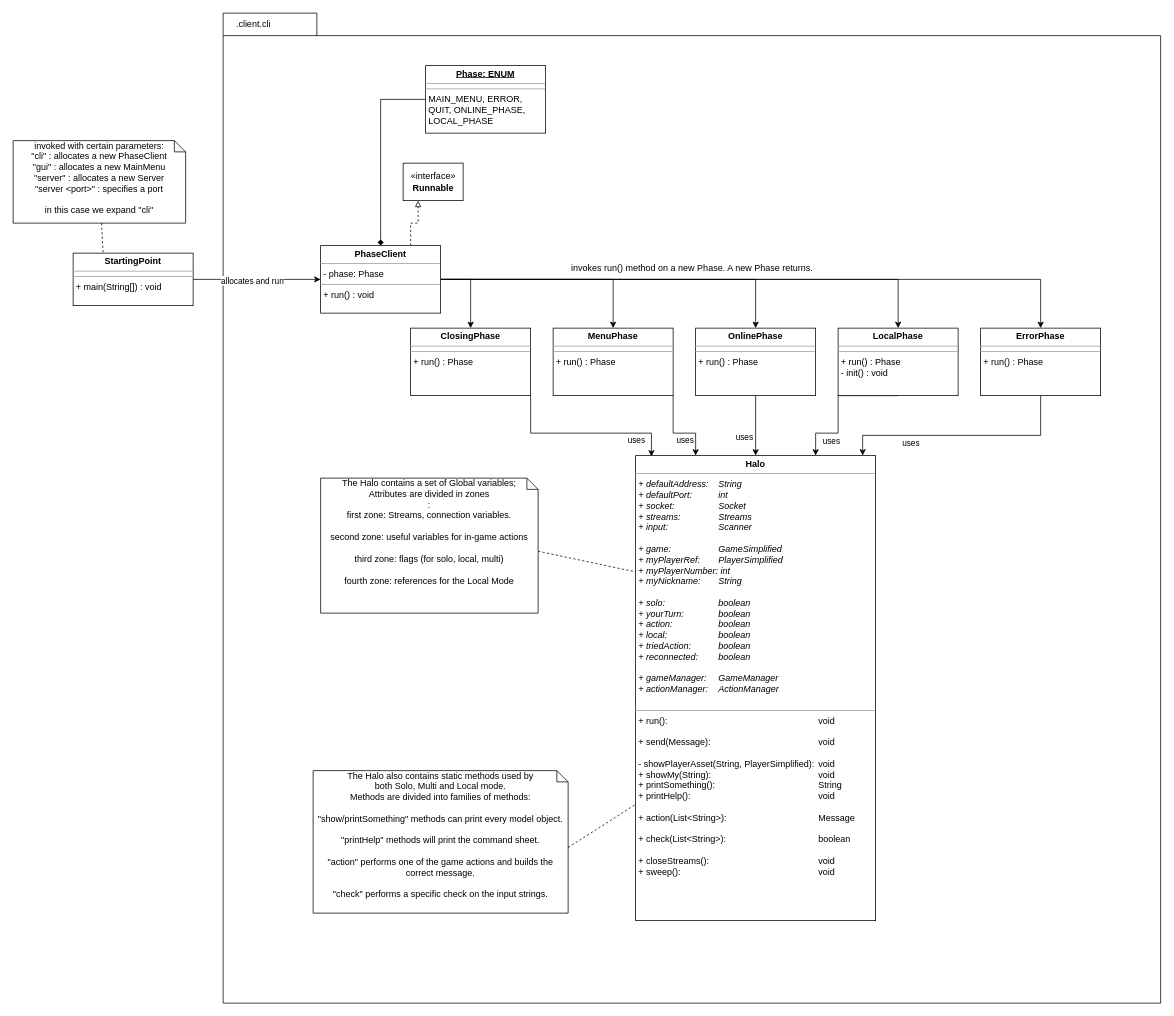
The draw.io diagram documentation/Client.drawio in StefanoPelletti/ing-sw-2021-padovano-palu-pelletti, before the edit. Source tidied: cells renumbered, new cells numbered last; positions are measured from the earlier drawing's top-left corner, leaving out a move shared by most shapes. Both pictures are drawn from the tidied source at 75%, with x=0, y=0 at pixel (13, 13).
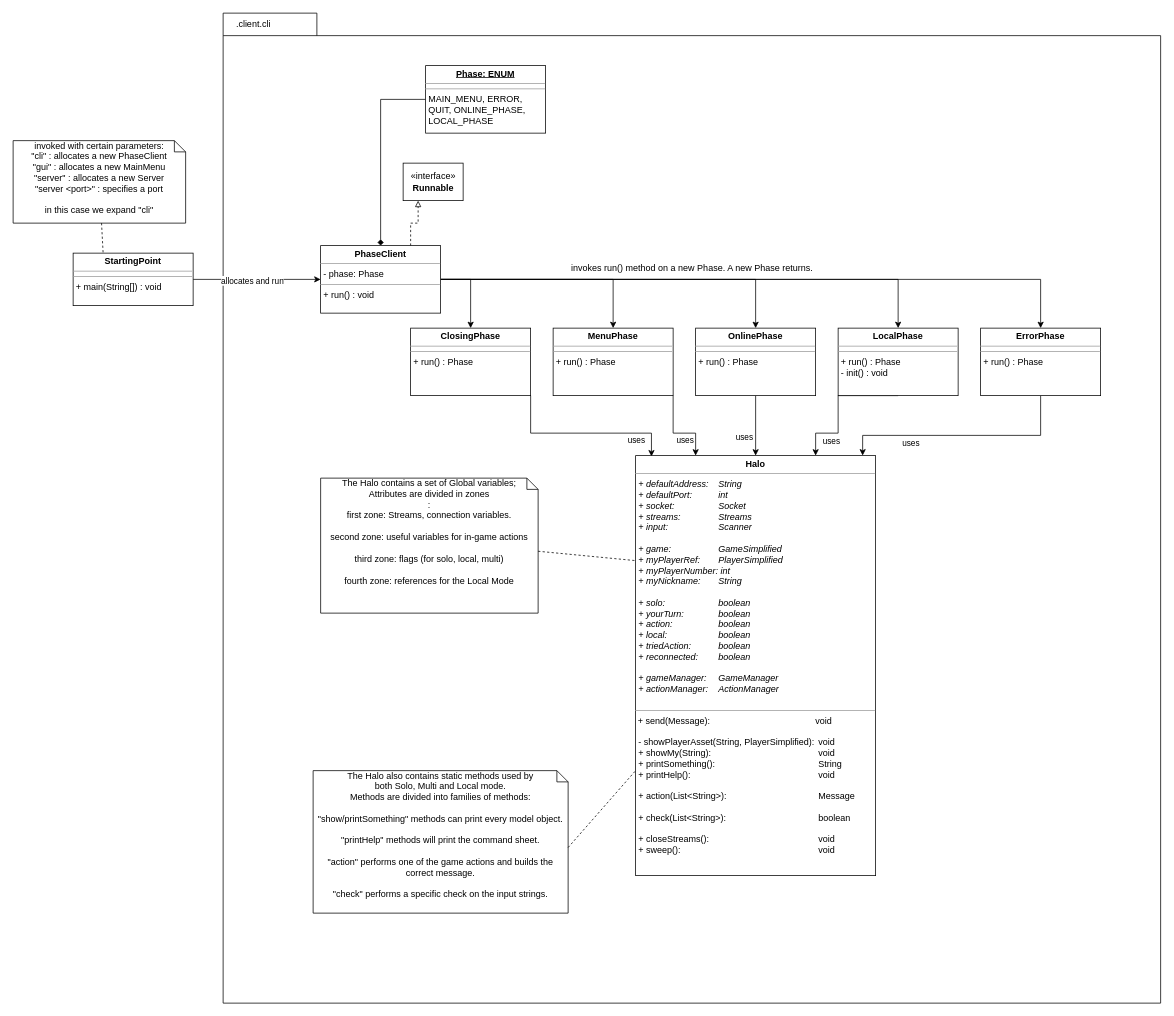
After the change.

The edit, as a diff of the source:
```diff
@@
-    <mxCell id="32" value="&lt;p style=&quot;margin: 0px ; margin-top: 4px ; text-align: center&quot;&gt;&lt;b&gt;Halo&lt;/b&gt;&lt;/p&gt;&lt;hr size=&quot;1&quot;&gt;&lt;p style=&quot;margin: 0px ; margin-left: 4px&quot;&gt;&lt;i&gt;+ defaultAddress: &lt;span style=&quot;white-space: pre&quot;&gt;&#9;&lt;/span&gt;String&lt;/i&gt;&lt;/p&gt;&lt;p style=&quot;margin: 0px ; margin-left: 4px&quot;&gt;&lt;i&gt;+ defaultPort: &lt;span style=&quot;white-space: pre&quot;&gt;&#9;&lt;/span&gt;&lt;span style=&quot;white-space: pre&quot;&gt;&#9;&lt;/span&gt;int&lt;/i&gt;&lt;/p&gt;&lt;p style=&quot;margin: 0px ; margin-left: 4px&quot;&gt;&lt;i&gt;+ socket: &lt;span style=&quot;white-space: pre&quot;&gt;&#9;&lt;/span&gt;&lt;span style=&quot;white-space: pre&quot;&gt;&#9;&lt;/span&gt;Socket&lt;/i&gt;&lt;/p&gt;&lt;p style=&quot;margin: 0px ; margin-left: 4px&quot;&gt;&lt;i&gt;+ streams: &lt;span style=&quot;white-space: pre&quot;&gt;&#9;&lt;/span&gt;&lt;span style=&quot;white-space: pre&quot;&gt;&#9;&lt;/span&gt;Streams&lt;/i&gt;&lt;/p&gt;&lt;p style=&quot;margin: 0px ; margin-left: 4px&quot;&gt;&lt;i&gt;+ input: &lt;span style=&quot;white-space: pre&quot;&gt;&#9;&lt;/span&gt;&lt;span style=&quot;white-space: pre&quot;&gt;&#9;&lt;/span&gt;&lt;span style=&quot;white-space: pre&quot;&gt;&#9;&lt;/span&gt;Scanner&lt;/i&gt;&lt;/p&gt;&lt;p style=&quot;margin: 0px ; margin-left: 4px&quot;&gt;&lt;br&gt;&lt;/p&gt;&lt;p style=&quot;margin: 0px ; margin-left: 4px&quot;&gt;&lt;i&gt;+ game: &lt;span style=&quot;white-space: pre&quot;&gt;&#9;&lt;/span&gt;&lt;span style=&quot;white-space: pre&quot;&gt;&#9;&lt;/span&gt;&lt;span style=&quot;white-space: pre&quot;&gt;&#9;&lt;/span&gt;GameSimplified &lt;br&gt;&lt;/i&gt;&lt;/p&gt;&lt;p style=&quot;margin: 0px ; margin-left: 4px&quot;&gt;&lt;i&gt;+ myPlayerRef: &lt;span style=&quot;white-space: pre&quot;&gt;&lt;span style=&quot;white-space: pre&quot;&gt;&#9;&lt;/span&gt;&lt;/span&gt;&lt;span style=&quot;white-space: pre&quot;&gt;&lt;/span&gt;PlayerSimplified&lt;/i&gt;&lt;/p&gt;&lt;p style=&quot;margin: 0px ; margin-left: 4px&quot;&gt;&lt;i&gt;+ myPlayerNumber: int&lt;/i&gt;&lt;/p&gt;&lt;p style=&quot;margin: 0px ; margin-left: 4px&quot;&gt;&lt;i&gt;+ myNickname: &lt;span style=&quot;white-space: pre&quot;&gt;&#9;&lt;/span&gt;String&lt;/i&gt;&lt;/p&gt;&lt;p style=&quot;margin: 0px ; margin-left: 4px&quot;&gt;&lt;i&gt;&lt;br&gt;&lt;/i&gt;&lt;/p&gt;&lt;p style=&quot;margin: 0px ; margin-left: 4px&quot;&gt;&lt;i&gt;+ solo: &lt;span style=&quot;white-space: pre&quot;&gt;&#9;&lt;/span&gt;&lt;span style=&quot;white-space: pre&quot;&gt;&#9;&lt;/span&gt;&lt;span style=&quot;white-space: pre&quot;&gt;&#9;&lt;/span&gt;boolean&amp;nbsp; &lt;br&gt;&lt;/i&gt;&lt;/p&gt;&lt;p style=&quot;margin: 0px ; margin-left: 4px&quot;&gt;&lt;i&gt;+ yourTurn: &lt;span style=&quot;white-space: pre&quot;&gt;&#9;&lt;/span&gt;&lt;span style=&quot;white-space: pre&quot;&gt;&#9;&lt;/span&gt;boolean&lt;/i&gt;&lt;/p&gt;&lt;p style=&quot;margin: 0px ; margin-left: 4px&quot;&gt;&lt;i&gt;+ action: &lt;span style=&quot;white-space: pre&quot;&gt;&#9;&lt;/span&gt;&lt;span style=&quot;white-space: pre&quot;&gt;&#9;&lt;/span&gt;&lt;span style=&quot;white-space: pre&quot;&gt;&#9;&lt;/span&gt;boolean&lt;/i&gt;&lt;/p&gt;&lt;p style=&quot;margin: 0px ; margin-left: 4px&quot;&gt;&lt;i&gt;+ local: &lt;span style=&quot;white-space: pre&quot;&gt;&#9;&lt;/span&gt;&lt;span style=&quot;white-space: pre&quot;&gt;&#9;&lt;/span&gt;&lt;span style=&quot;white-space: pre&quot;&gt;&#9;&lt;/span&gt;boolean&lt;/i&gt;&lt;/p&gt;&lt;p style=&quot;margin: 0px ; margin-left: 4px&quot;&gt;&lt;i&gt;+ triedAction: &lt;span style=&quot;white-space: pre&quot;&gt;&#9;&lt;/span&gt;&lt;span style=&quot;white-space: pre&quot;&gt;&#9;&lt;/span&gt;boolean&lt;/i&gt;&lt;/p&gt;&lt;p style=&quot;margin: 0px ; margin-left: 4px&quot;&gt;&lt;i&gt;+ reconnected: &lt;span style=&quot;white-space: pre&quot;&gt;&#9;&lt;/span&gt;boolean&lt;br&gt;&lt;/i&gt;&lt;/p&gt;&lt;p style=&quot;margin: 0px ; margin-left: 4px&quot;&gt;&lt;i&gt;&lt;br&gt;&lt;/i&gt;&lt;/p&gt;&lt;p style=&quot;margin: 0px ; margin-left: 4px&quot;&gt;&lt;i&gt;+ gameManager: &lt;span style=&quot;white-space: pre&quot;&gt;&#9;&lt;/span&gt;GameManager&lt;br&gt;&lt;/i&gt;&lt;/p&gt;&lt;p style=&quot;margin: 0px ; margin-left: 4px&quot;&gt;&lt;i&gt;+ actionManager: &lt;span style=&quot;white-space: pre&quot;&gt;&#9;&lt;/span&gt;ActionManager&lt;/i&gt;&lt;br&gt;&lt;i&gt;&lt;/i&gt;&lt;/p&gt;&lt;p style=&quot;margin: 0px ; margin-left: 4px&quot;&gt;&lt;br&gt;&lt;/p&gt;&lt;hr size=&quot;1&quot;&gt;&lt;p style=&quot;margin: 0px ; margin-left: 4px&quot;&gt;+ run(): &lt;span style=&quot;white-space: pre&quot;&gt;&#9;&lt;/span&gt;&lt;span style=&quot;white-space: pre&quot;&gt;&#9;&lt;/span&gt;&lt;span style=&quot;white-space: pre&quot;&gt;&#9;&lt;/span&gt;&lt;span style=&quot;white-space: pre&quot;&gt;&#9;&lt;/span&gt;&lt;span style=&quot;white-space: pre&quot;&gt;&#9;&lt;/span&gt;&lt;span style=&quot;white-space: pre&quot;&gt;&#9;&lt;/span&gt;&lt;span style=&quot;white-space: pre&quot;&gt;&#9;&lt;/span&gt;&lt;span style=&quot;white-space: pre&quot;&gt;&#9;&lt;/span&gt;void&lt;/p&gt;&lt;p style=&quot;margin: 0px ; margin-left: 4px&quot;&gt;&lt;br&gt;&lt;/p&gt;&lt;p style=&quot;margin: 0px ; margin-left: 4px&quot;&gt;+ send(Message): &lt;span style=&quot;white-space: pre&quot;&gt;&#9;&lt;/span&gt;&lt;span style=&quot;white-space: pre&quot;&gt;&#9;&lt;/span&gt;&lt;span style=&quot;white-space: pre&quot;&gt;&#9;&lt;/span&gt;&lt;span style=&quot;white-space: pre&quot;&gt;&#9;&lt;/span&gt;&lt;span style=&quot;white-space: pre&quot;&gt;&#9;&lt;/span&gt;&lt;span style=&quot;white-space: pre&quot;&gt;&#9;&lt;/span&gt;void&lt;/p&gt;&lt;p style=&quot;margin: 0px ; margin-left: 4px&quot;&gt;&lt;br&gt;&lt;/p&gt;&lt;p style=&quot;margin: 0px ; margin-left: 4px&quot;&gt;- showPlayerAsset(String, PlayerSimplified):&lt;span style=&quot;white-space: pre&quot;&gt;&#9;&lt;/span&gt;&lt;span style=&quot;white-space: pre&quot;&gt;&lt;/span&gt;void&lt;/p&gt;&lt;p style=&quot;margin: 0px ; margin-left: 4px&quot;&gt;+ showMy(String): &lt;span style=&quot;white-space: pre&quot;&gt;&#9;&lt;/span&gt;&lt;span style=&quot;white-space: pre&quot;&gt;&#9;&lt;/span&gt;&lt;span style=&quot;white-space: pre&quot;&gt;&#9;&lt;/span&gt;&lt;span style=&quot;white-space: pre&quot;&gt;&#9;&lt;/span&gt;&lt;span style=&quot;white-space: pre&quot;&gt;&#9;&lt;/span&gt;&lt;span style=&quot;white-space: pre&quot;&gt;&#9;&lt;/span&gt;void&lt;/p&gt;&lt;p style=&quot;margin: 0px ; margin-left: 4px&quot;&gt;+ printSomething(): &lt;span style=&quot;white-space: pre&quot;&gt;&#9;&lt;/span&gt;&lt;span style=&quot;white-space: pre&quot;&gt;&#9;&lt;/span&gt;&lt;span style=&quot;white-space: pre&quot;&gt;&#9;&lt;/span&gt;&lt;span style=&quot;white-space: pre&quot;&gt;&#9;&lt;/span&gt;&lt;span style=&quot;white-space: pre&quot;&gt;&#9;&lt;/span&gt;String&lt;/p&gt;&lt;p style=&quot;margin: 0px ; margin-left: 4px&quot;&gt;+ printHelp(): &lt;span style=&quot;white-space: pre&quot;&gt;&#9;&lt;/span&gt;&lt;span style=&quot;white-space: pre&quot;&gt;&#9;&lt;/span&gt;&lt;span style=&quot;white-space: pre&quot;&gt;&#9;&lt;/span&gt;&lt;span style=&quot;white-space: pre&quot;&gt;&#9;&lt;/span&gt;&lt;span style=&quot;white-space: pre&quot;&gt;&#9;&lt;/span&gt;&lt;span style=&quot;white-space: pre&quot;&gt;&#9;&lt;/span&gt;&lt;span style=&quot;white-space: pre&quot;&gt;&#9;&lt;/span&gt;void&lt;br&gt;&lt;/p&gt;&lt;p style=&quot;margin: 0px ; margin-left: 4px&quot;&gt;&lt;br&gt;&lt;/p&gt;&lt;p style=&quot;margin: 0px ; margin-left: 4px&quot;&gt;+ action(List&amp;lt;String&amp;gt;): &lt;span style=&quot;white-space: pre&quot;&gt;&#9;&lt;/span&gt;&lt;span style=&quot;white-space: pre&quot;&gt;&#9;&lt;/span&gt;&lt;span style=&quot;white-space: pre&quot;&gt;&#9;&lt;/span&gt;&lt;span style=&quot;white-space: pre&quot;&gt;&#9;&lt;/span&gt;&lt;span style=&quot;white-space: pre&quot;&gt;&#9;&lt;/span&gt;Message&lt;/p&gt;&lt;p style=&quot;margin: 0px ; margin-left: 4px&quot;&gt;&lt;br&gt;&lt;/p&gt;&lt;p style=&quot;margin: 0px ; margin-left: 4px&quot;&gt;+ check(List&amp;lt;String&amp;gt;): &lt;span style=&quot;white-space: pre&quot;&gt;&#9;&lt;/span&gt;&lt;span style=&quot;white-space: pre&quot;&gt;&#9;&lt;/span&gt;&lt;span style=&quot;white-space: pre&quot;&gt;&#9;&lt;/span&gt;&lt;span style=&quot;white-space: pre&quot;&gt;&#9;&lt;/span&gt;&lt;span style=&quot;white-space: pre&quot;&gt;&#9;&lt;/span&gt;boolean&lt;/p&gt;&lt;p style=&quot;margin: 0px ; margin-left: 4px&quot;&gt;&lt;br&gt;&lt;/p&gt;&lt;p style=&quot;margin: 0px ; margin-left: 4px&quot;&gt;+ closeStreams(): &lt;span style=&quot;white-space: pre&quot;&gt;&#9;&lt;/span&gt;&lt;span style=&quot;white-space: pre&quot;&gt;&#9;&lt;/span&gt;&lt;span style=&quot;white-space: pre&quot;&gt;&#9;&lt;/span&gt;&lt;span style=&quot;white-space: pre&quot;&gt;&#9;&lt;/span&gt;&lt;span style=&quot;white-space: pre&quot;&gt;&#9;&lt;/span&gt;&lt;span style=&quot;white-space: pre&quot;&gt;&#9;&lt;/span&gt;&lt;span style=&quot;white-space: pre&quot;&gt;&lt;/span&gt;void&lt;/p&gt;&lt;p style=&quot;margin: 0px ; margin-left: 4px&quot;&gt;+ sweep(): &lt;span style=&quot;white-space: pre&quot;&gt;&#9;&lt;/span&gt;&lt;span style=&quot;white-space: pre&quot;&gt;&#9;&lt;/span&gt;&lt;span style=&quot;white-space: pre&quot;&gt;&#9;&lt;/span&gt;&lt;span style=&quot;white-space: pre&quot;&gt;&#9;&lt;/span&gt;&lt;span style=&quot;white-space: pre&quot;&gt;&#9;&lt;/span&gt;&lt;span style=&quot;white-space: pre&quot;&gt;&#9;&lt;/span&gt;&lt;span style=&quot;white-space: pre&quot;&gt;&#9;&lt;/span&gt;void&lt;br&gt;&lt;/p&gt;&lt;p style=&quot;margin: 0px ; margin-left: 4px&quot;&gt;&lt;br&gt;&lt;/p&gt;&lt;p style=&quot;margin: 0px ; margin-left: 4px&quot;&gt;&lt;br&gt;&lt;/p&gt;" style="verticalAlign=top;align=left;overflow=fill;fontSize=12;fontFamily=Helvetica;html=1;" parent="1" vertex="1">
-      <mxGeometry x="830" y="590" width="320" height="620" as="geometry" />
+    <mxCell id="32" value="&lt;p style=&quot;margin: 0px ; margin-top: 4px ; text-align: center&quot;&gt;&lt;b&gt;Halo&lt;/b&gt;&lt;/p&gt;&lt;hr size=&quot;1&quot;&gt;&lt;p style=&quot;margin: 0px ; margin-left: 4px&quot;&gt;&lt;i&gt;+ defaultAddress: &lt;span style=&quot;white-space: pre&quot;&gt;&#9;&lt;/span&gt;String&lt;/i&gt;&lt;/p&gt;&lt;p style=&quot;margin: 0px ; margin-left: 4px&quot;&gt;&lt;i&gt;+ defaultPort: &lt;span style=&quot;white-space: pre&quot;&gt;&#9;&lt;/span&gt;&lt;span style=&quot;white-space: pre&quot;&gt;&#9;&lt;/span&gt;int&lt;/i&gt;&lt;/p&gt;&lt;p style=&quot;margin: 0px ; margin-left: 4px&quot;&gt;&lt;i&gt;+ socket: &lt;span style=&quot;white-space: pre&quot;&gt;&#9;&lt;/span&gt;&lt;span style=&quot;white-space: pre&quot;&gt;&#9;&lt;/span&gt;Socket&lt;/i&gt;&lt;/p&gt;&lt;p style=&quot;margin: 0px ; margin-left: 4px&quot;&gt;&lt;i&gt;+ streams: &lt;span style=&quot;white-space: pre&quot;&gt;&#9;&lt;/span&gt;&lt;span style=&quot;white-space: pre&quot;&gt;&#9;&lt;/span&gt;Streams&lt;/i&gt;&lt;/p&gt;&lt;p style=&quot;margin: 0px ; margin-left: 4px&quot;&gt;&lt;i&gt;+ input: &lt;span style=&quot;white-space: pre&quot;&gt;&#9;&lt;/span&gt;&lt;span style=&quot;white-space: pre&quot;&gt;&#9;&lt;/span&gt;&lt;span style=&quot;white-space: pre&quot;&gt;&#9;&lt;/span&gt;Scanner&lt;/i&gt;&lt;/p&gt;&lt;p style=&quot;margin: 0px ; margin-left: 4px&quot;&gt;&lt;br&gt;&lt;/p&gt;&lt;p style=&quot;margin: 0px ; margin-left: 4px&quot;&gt;&lt;i&gt;+ game: &lt;span style=&quot;white-space: pre&quot;&gt;&#9;&lt;/span&gt;&lt;span style=&quot;white-space: pre&quot;&gt;&#9;&lt;/span&gt;&lt;span style=&quot;white-space: pre&quot;&gt;&#9;&lt;/span&gt;GameSimplified &lt;br&gt;&lt;/i&gt;&lt;/p&gt;&lt;p style=&quot;margin: 0px ; margin-left: 4px&quot;&gt;&lt;i&gt;+ myPlayerRef: &lt;span style=&quot;white-space: pre&quot;&gt;&lt;span style=&quot;white-space: pre&quot;&gt;&#9;&lt;/span&gt;&lt;/span&gt;&lt;span style=&quot;white-space: pre&quot;&gt;&lt;/span&gt;PlayerSimplified&lt;/i&gt;&lt;/p&gt;&lt;p style=&quot;margin: 0px ; margin-left: 4px&quot;&gt;&lt;i&gt;+ myPlayerNumber: int&lt;/i&gt;&lt;/p&gt;&lt;p style=&quot;margin: 0px ; margin-left: 4px&quot;&gt;&lt;i&gt;+ myNickname: &lt;span style=&quot;white-space: pre&quot;&gt;&#9;&lt;/span&gt;String&lt;/i&gt;&lt;/p&gt;&lt;p style=&quot;margin: 0px ; margin-left: 4px&quot;&gt;&lt;i&gt;&lt;br&gt;&lt;/i&gt;&lt;/p&gt;&lt;p style=&quot;margin: 0px ; margin-left: 4px&quot;&gt;&lt;i&gt;+ solo: &lt;span style=&quot;white-space: pre&quot;&gt;&#9;&lt;/span&gt;&lt;span style=&quot;white-space: pre&quot;&gt;&#9;&lt;/span&gt;&lt;span style=&quot;white-space: pre&quot;&gt;&#9;&lt;/span&gt;boolean&amp;nbsp; &lt;br&gt;&lt;/i&gt;&lt;/p&gt;&lt;p style=&quot;margin: 0px ; margin-left: 4px&quot;&gt;&lt;i&gt;+ yourTurn: &lt;span style=&quot;white-space: pre&quot;&gt;&#9;&lt;/span&gt;&lt;span style=&quot;white-space: pre&quot;&gt;&#9;&lt;/span&gt;boolean&lt;/i&gt;&lt;/p&gt;&lt;p style=&quot;margin: 0px ; margin-left: 4px&quot;&gt;&lt;i&gt;+ action: &lt;span style=&quot;white-space: pre&quot;&gt;&#9;&lt;/span&gt;&lt;span style=&quot;white-space: pre&quot;&gt;&#9;&lt;/span&gt;&lt;span style=&quot;white-space: pre&quot;&gt;&#9;&lt;/span&gt;boolean&lt;/i&gt;&lt;/p&gt;&lt;p style=&quot;margin: 0px ; margin-left: 4px&quot;&gt;&lt;i&gt;+ local: &lt;span style=&quot;white-space: pre&quot;&gt;&#9;&lt;/span&gt;&lt;span style=&quot;white-space: pre&quot;&gt;&#9;&lt;/span&gt;&lt;span style=&quot;white-space: pre&quot;&gt;&#9;&lt;/span&gt;boolean&lt;/i&gt;&lt;/p&gt;&lt;p style=&quot;margin: 0px ; margin-left: 4px&quot;&gt;&lt;i&gt;+ triedAction: &lt;span style=&quot;white-space: pre&quot;&gt;&#9;&lt;/span&gt;&lt;span style=&quot;white-space: pre&quot;&gt;&#9;&lt;/span&gt;boolean&lt;/i&gt;&lt;/p&gt;&lt;p style=&quot;margin: 0px ; margin-left: 4px&quot;&gt;&lt;i&gt;+ reconnected: &lt;span style=&quot;white-space: pre&quot;&gt;&#9;&lt;/span&gt;boolean&lt;br&gt;&lt;/i&gt;&lt;/p&gt;&lt;p style=&quot;margin: 0px ; margin-left: 4px&quot;&gt;&lt;i&gt;&lt;br&gt;&lt;/i&gt;&lt;/p&gt;&lt;p style=&quot;margin: 0px ; margin-left: 4px&quot;&gt;&lt;i&gt;+ gameManager: &lt;span style=&quot;white-space: pre&quot;&gt;&#9;&lt;/span&gt;GameManager&lt;br&gt;&lt;/i&gt;&lt;/p&gt;&lt;p style=&quot;margin: 0px ; margin-left: 4px&quot;&gt;&lt;i&gt;+ actionManager: &lt;span style=&quot;white-space: pre&quot;&gt;&#9;&lt;/span&gt;ActionManager&lt;/i&gt;&lt;br&gt;&lt;i&gt;&lt;/i&gt;&lt;/p&gt;&lt;p style=&quot;margin: 0px ; margin-left: 4px&quot;&gt;&lt;br&gt;&lt;/p&gt;&lt;hr size=&quot;1&quot;&gt;&amp;nbsp;+ send(Message): &lt;span style=&quot;white-space: pre&quot;&gt;&#9;&lt;/span&gt;&lt;span style=&quot;white-space: pre&quot;&gt;&#9;&lt;/span&gt;&lt;span style=&quot;white-space: pre&quot;&gt;&#9;&lt;/span&gt;&lt;span style=&quot;white-space: pre&quot;&gt;&#9;&lt;/span&gt;&lt;span style=&quot;white-space: pre&quot;&gt;&#9;&lt;/span&gt;&lt;span style=&quot;white-space: pre&quot;&gt;&#9;&lt;/span&gt;void&lt;p style=&quot;margin: 0px ; margin-left: 4px&quot;&gt;&lt;br&gt;&lt;/p&gt;&lt;p style=&quot;margin: 0px ; margin-left: 4px&quot;&gt;- showPlayerAsset(String, PlayerSimplified):&lt;span style=&quot;white-space: pre&quot;&gt;&#9;&lt;/span&gt;&lt;span style=&quot;white-space: pre&quot;&gt;&lt;/span&gt;void&lt;/p&gt;&lt;p style=&quot;margin: 0px ; margin-left: 4px&quot;&gt;+ showMy(String): &lt;span style=&quot;white-space: pre&quot;&gt;&#9;&lt;/span&gt;&lt;span style=&quot;white-space: pre&quot;&gt;&#9;&lt;/span&gt;&lt;span style=&quot;white-space: pre&quot;&gt;&#9;&lt;/span&gt;&lt;span style=&quot;white-space: pre&quot;&gt;&#9;&lt;/span&gt;&lt;span style=&quot;white-space: pre&quot;&gt;&#9;&lt;/span&gt;&lt;span style=&quot;white-space: pre&quot;&gt;&#9;&lt;/span&gt;void&lt;/p&gt;&lt;p style=&quot;margin: 0px ; margin-left: 4px&quot;&gt;+ printSomething(): &lt;span style=&quot;white-space: pre&quot;&gt;&#9;&lt;/span&gt;&lt;span style=&quot;white-space: pre&quot;&gt;&#9;&lt;/span&gt;&lt;span style=&quot;white-space: pre&quot;&gt;&#9;&lt;/span&gt;&lt;span style=&quot;white-space: pre&quot;&gt;&#9;&lt;/span&gt;&lt;span style=&quot;white-space: pre&quot;&gt;&#9;&lt;/span&gt;String&lt;/p&gt;&lt;p style=&quot;margin: 0px ; margin-left: 4px&quot;&gt;+ printHelp(): &lt;span style=&quot;white-space: pre&quot;&gt;&#9;&lt;/span&gt;&lt;span style=&quot;white-space: pre&quot;&gt;&#9;&lt;/span&gt;&lt;span style=&quot;white-space: pre&quot;&gt;&#9;&lt;/span&gt;&lt;span style=&quot;white-space: pre&quot;&gt;&#9;&lt;/span&gt;&lt;span style=&quot;white-space: pre&quot;&gt;&#9;&lt;/span&gt;&lt;span style=&quot;white-space: pre&quot;&gt;&#9;&lt;/span&gt;&lt;span style=&quot;white-space: pre&quot;&gt;&#9;&lt;/span&gt;void&lt;br&gt;&lt;/p&gt;&lt;p style=&quot;margin: 0px ; margin-left: 4px&quot;&gt;&lt;br&gt;&lt;/p&gt;&lt;p style=&quot;margin: 0px ; margin-left: 4px&quot;&gt;+ action(List&amp;lt;String&amp;gt;): &lt;span style=&quot;white-space: pre&quot;&gt;&#9;&lt;/span&gt;&lt;span style=&quot;white-space: pre&quot;&gt;&#9;&lt;/span&gt;&lt;span style=&quot;white-space: pre&quot;&gt;&#9;&lt;/span&gt;&lt;span style=&quot;white-space: pre&quot;&gt;&#9;&lt;/span&gt;&lt;span style=&quot;white-space: pre&quot;&gt;&#9;&lt;/span&gt;Message&lt;/p&gt;&lt;p style=&quot;margin: 0px ; margin-left: 4px&quot;&gt;&lt;br&gt;&lt;/p&gt;&lt;p style=&quot;margin: 0px ; margin-left: 4px&quot;&gt;+ check(List&amp;lt;String&amp;gt;): &lt;span style=&quot;white-space: pre&quot;&gt;&#9;&lt;/span&gt;&lt;span style=&quot;white-space: pre&quot;&gt;&#9;&lt;/span&gt;&lt;span style=&quot;white-space: pre&quot;&gt;&#9;&lt;/span&gt;&lt;span style=&quot;white-space: pre&quot;&gt;&#9;&lt;/span&gt;&lt;span style=&quot;white-space: pre&quot;&gt;&#9;&lt;/span&gt;boolean&lt;/p&gt;&lt;p style=&quot;margin: 0px ; margin-left: 4px&quot;&gt;&lt;br&gt;&lt;/p&gt;&lt;p style=&quot;margin: 0px ; margin-left: 4px&quot;&gt;+ closeStreams(): &lt;span style=&quot;white-space: pre&quot;&gt;&#9;&lt;/span&gt;&lt;span style=&quot;white-space: pre&quot;&gt;&#9;&lt;/span&gt;&lt;span style=&quot;white-space: pre&quot;&gt;&#9;&lt;/span&gt;&lt;span style=&quot;white-space: pre&quot;&gt;&#9;&lt;/span&gt;&lt;span style=&quot;white-space: pre&quot;&gt;&#9;&lt;/span&gt;&lt;span style=&quot;white-space: pre&quot;&gt;&#9;&lt;/span&gt;&lt;span style=&quot;white-space: pre&quot;&gt;&lt;/span&gt;void&lt;/p&gt;&lt;p style=&quot;margin: 0px ; margin-left: 4px&quot;&gt;+ sweep(): &lt;span style=&quot;white-space: pre&quot;&gt;&#9;&lt;/span&gt;&lt;span style=&quot;white-space: pre&quot;&gt;&#9;&lt;/span&gt;&lt;span style=&quot;white-space: pre&quot;&gt;&#9;&lt;/span&gt;&lt;span style=&quot;white-space: pre&quot;&gt;&#9;&lt;/span&gt;&lt;span style=&quot;white-space: pre&quot;&gt;&#9;&lt;/span&gt;&lt;span style=&quot;white-space: pre&quot;&gt;&#9;&lt;/span&gt;&lt;span style=&quot;white-space: pre&quot;&gt;&#9;&lt;/span&gt;void&lt;br&gt;&lt;/p&gt;&lt;p style=&quot;margin: 0px ; margin-left: 4px&quot;&gt;&lt;br&gt;&lt;/p&gt;&lt;p style=&quot;margin: 0px ; margin-left: 4px&quot;&gt;&lt;br&gt;&lt;/p&gt;" style="verticalAlign=top;align=left;overflow=fill;fontSize=12;fontFamily=Helvetica;html=1;" parent="1" vertex="1">
+      <mxGeometry x="830" y="590" width="320" height="560" as="geometry" />
     </mxCell>
```
